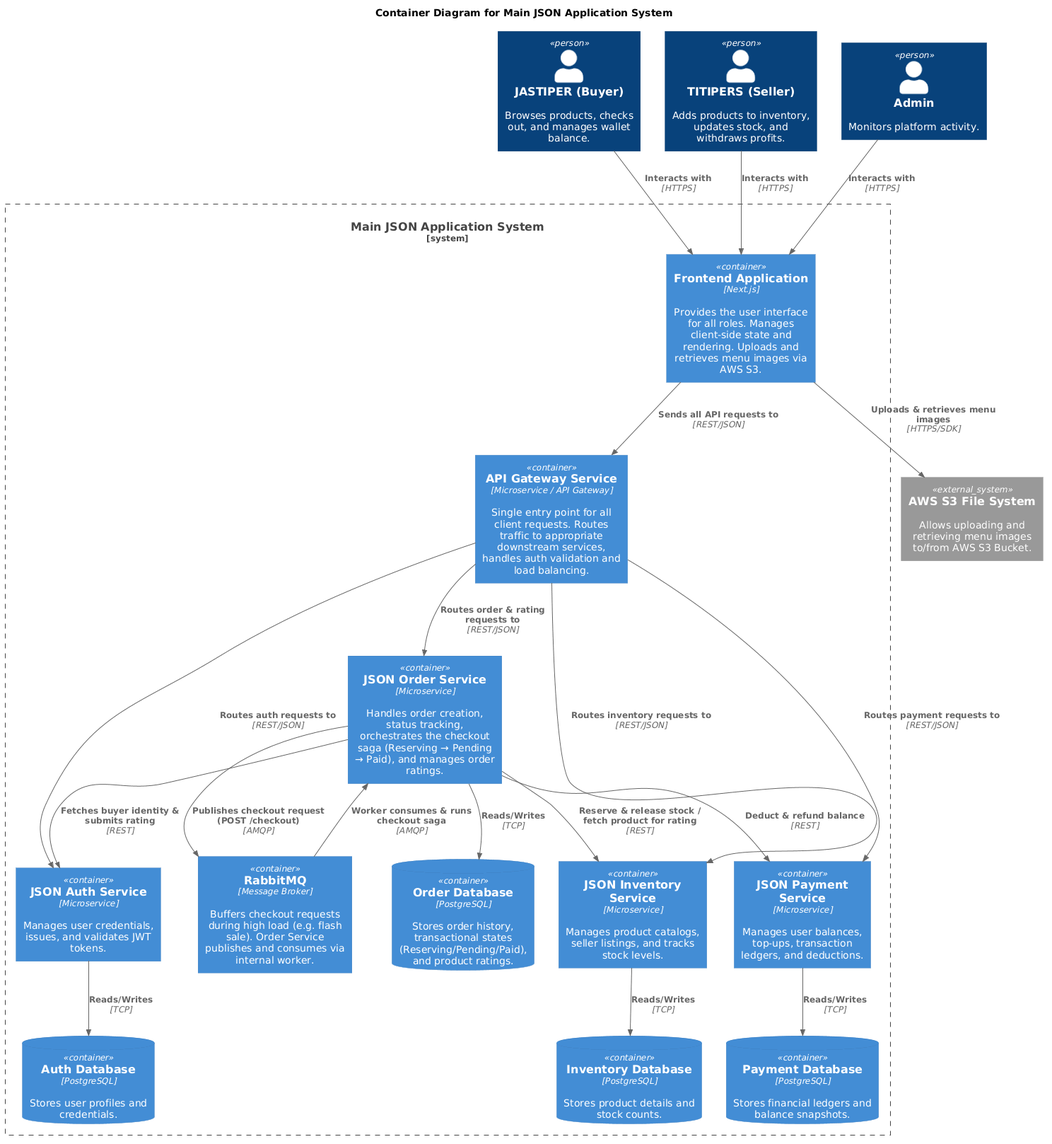
The PlantUML diagram profile/future_container_diagram.png in advprog-2026-B18-project/.github, before a commit.
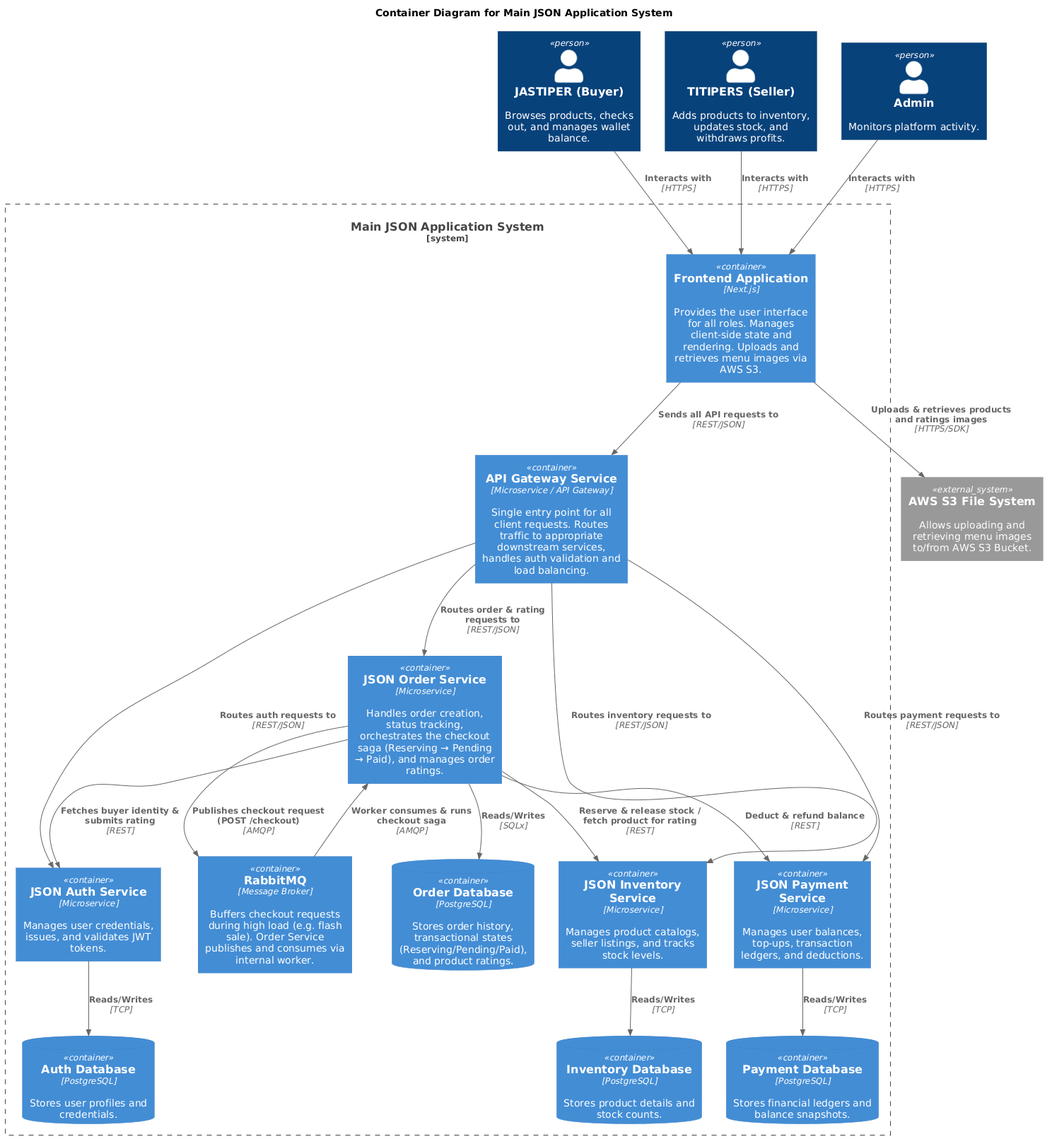
The same diagram one commit later.

What changed in the source:
```diff
@@ -25,7 +25,7 @@
 Rel(jastiper, frontend, "Interacts with", "HTTPS")
 Rel(titipers, frontend, "Interacts with", "HTTPS")
 Rel(admin, frontend, "Interacts with", "HTTPS")
-Rel(frontend, aws_s3, "Uploads & retrieves menu images", "HTTPS/SDK")
+Rel(frontend, aws_s3, "Uploads & retrieves products and ratings images", "HTTPS/SDK")
 Rel(frontend, gateway, "Sends all API requests to", "REST/JSON")
 
 Rel(gateway, auth_service, "Routes auth requests to", "REST/JSON")
@@ -41,7 +41,7 @@
 Rel(order_service, auth_service, "Fetches buyer identity & submits rating", "REST")
 
 Rel(auth_service, db_auth, "Reads/Writes", "TCP")
-Rel(order_service, db_order, "Reads/Writes", "TCP")
+Rel(order_service, db_order, "Reads/Writes", "SQLx")
 Rel(inventory_service, db_inventory, "Reads/Writes", "TCP")
 Rel(payment_service, db_payment, "Reads/Writes", "TCP")
 @enduml
```
